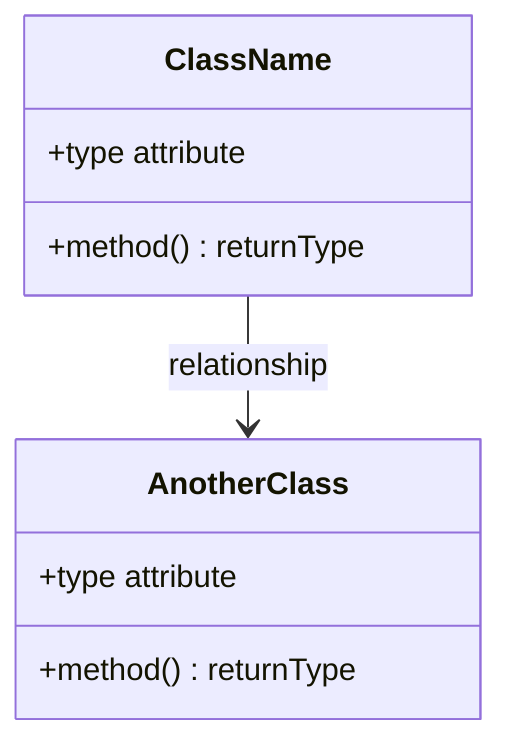
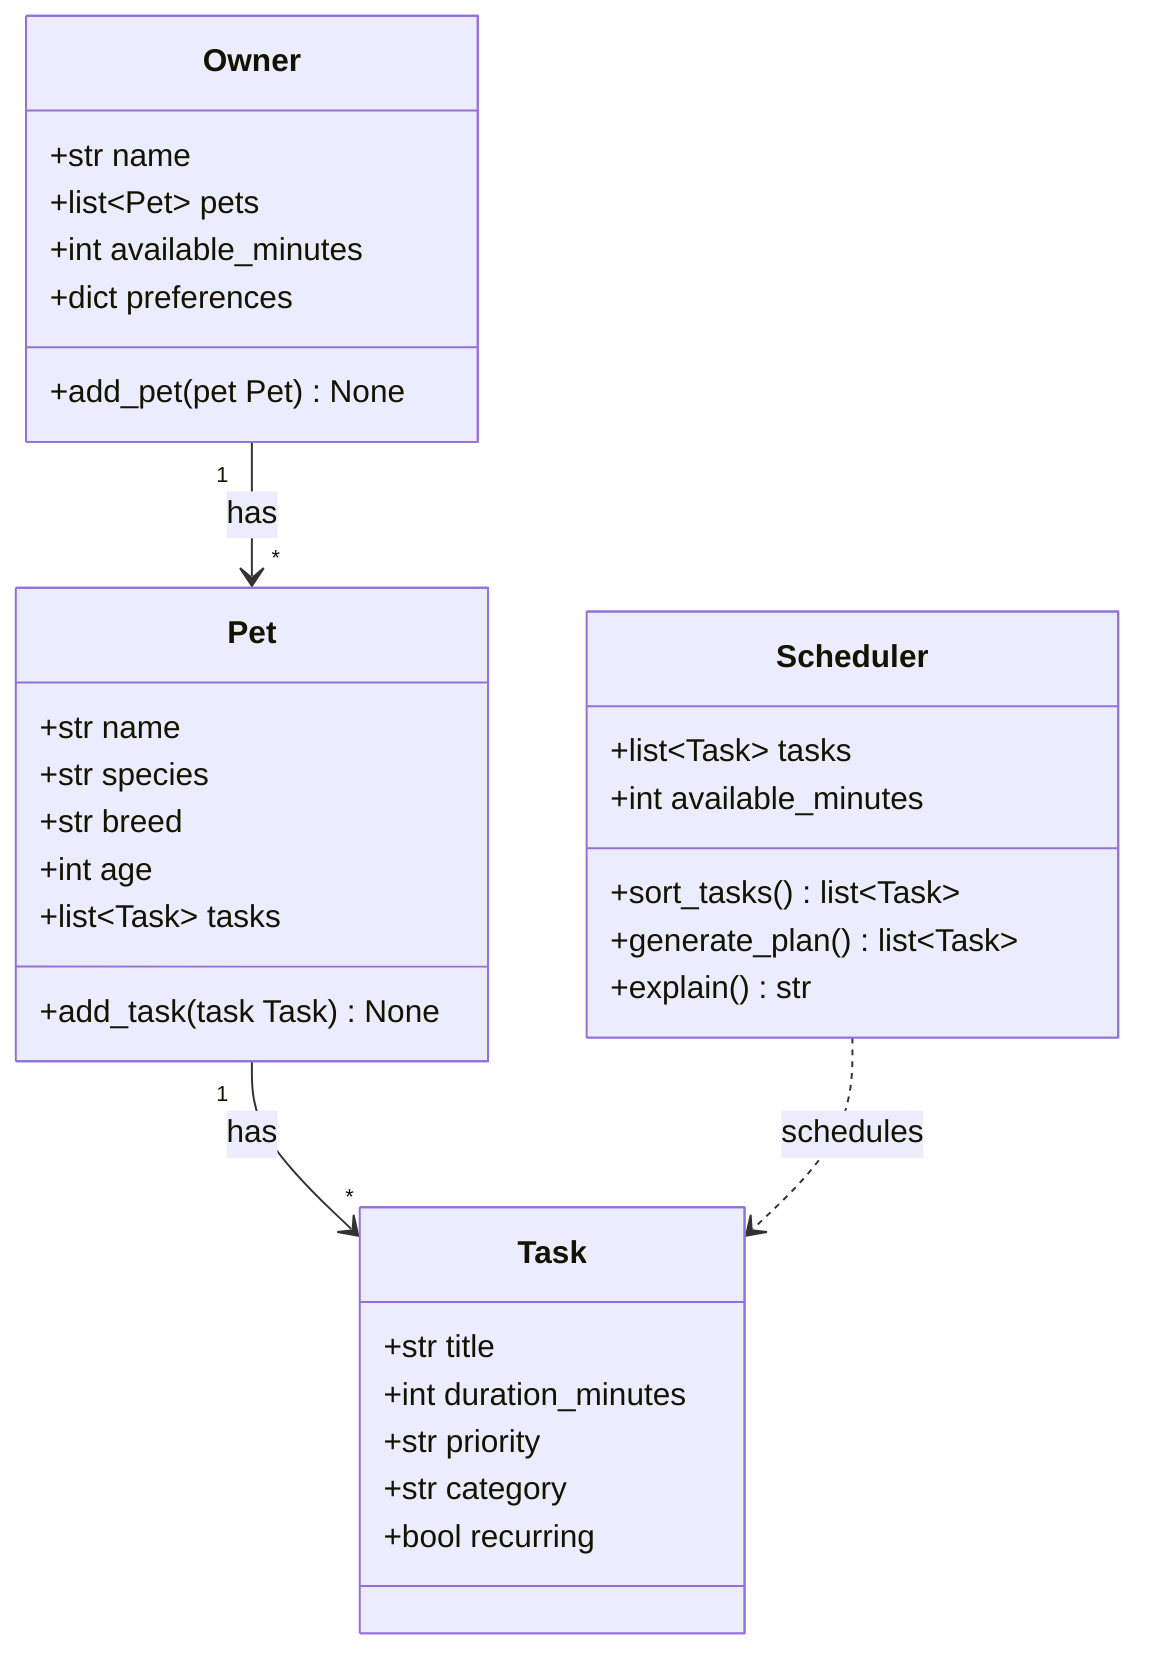
classDiagram
-     %% Replace the placeholders below with your actual classes, attributes, methods, and relationships.
-     %% Keep this file updated so it matches your final implementation.
+     %% PawPal+ draft design (Phase 1). Update in Phase 6 to match final code.

-     class ClassName {
-         +type attribute
-         +method() returnType
+     class Owner {
+         +str name
+         +list~Pet~ pets
+         +int available_minutes
+         +dict preferences
+         +add_pet(pet Pet) None
    }

-     class AnotherClass {
-         +type attribute
-         +method() returnType
+     class Pet {
+         +str name
+         +str species
+         +str breed
+         +int age
+         +list~Task~ tasks
+         +add_task(task Task) None
    }

-     ClassName --> AnotherClass : relationship
+     class Task {
+         +str title
+         +int duration_minutes
+         +str priority
+         +str category
+         +bool recurring
+     }
+ 
+     class Scheduler {
+         +list~Task~ tasks
+         +int available_minutes
+         +sort_tasks() list~Task~
+         +generate_plan() list~Task~
+         +explain() str
+     }
+ 
+     Owner "1" --> "*" Pet : has
+     Pet "1" --> "*" Task : has
+     Scheduler ..> Task : schedules
